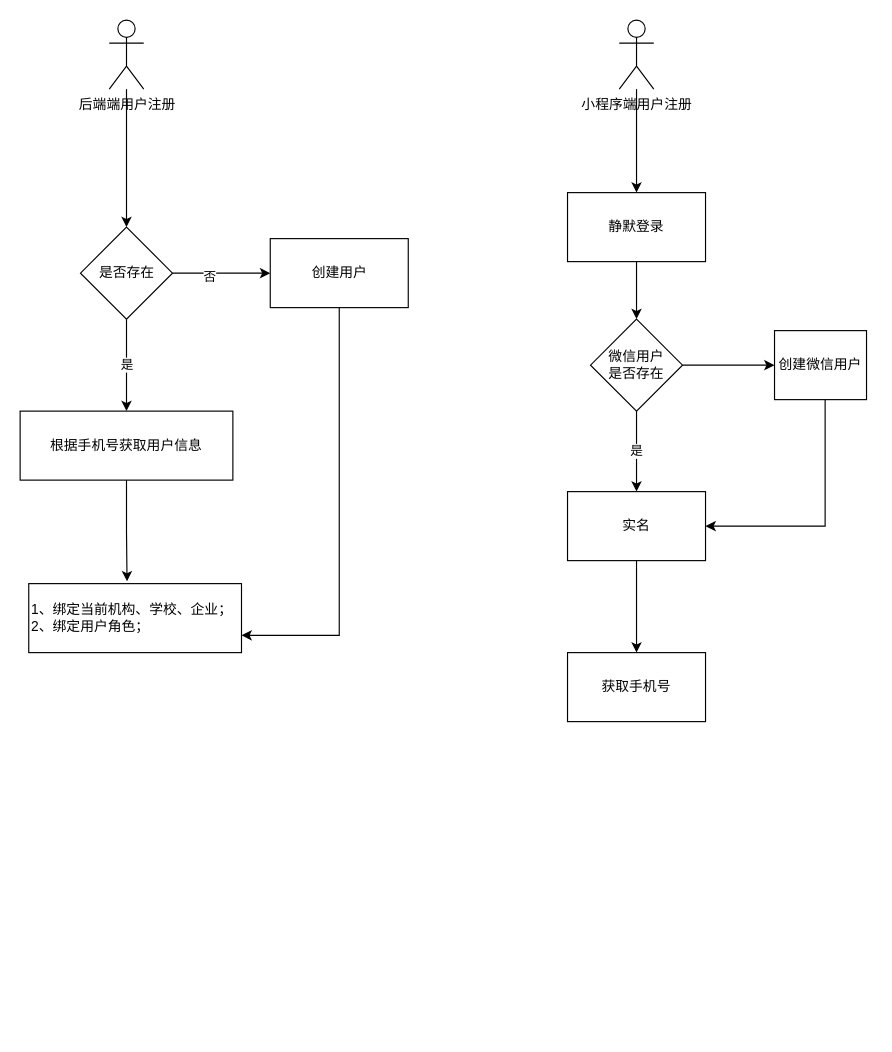
Earlier version of the draw.io diagram page "第 1 页" (1 of 2) of v-login.drawio (z-cloud-z/draw). Source tidied: cells renumbered, new cells numbered last; positions are measured from the earlier drawing's top-left corner, leaving out a move shared by most shapes. Both pictures are drawn from the tidied source at 115%, with x=0, y=0 at pixel (20, 20).
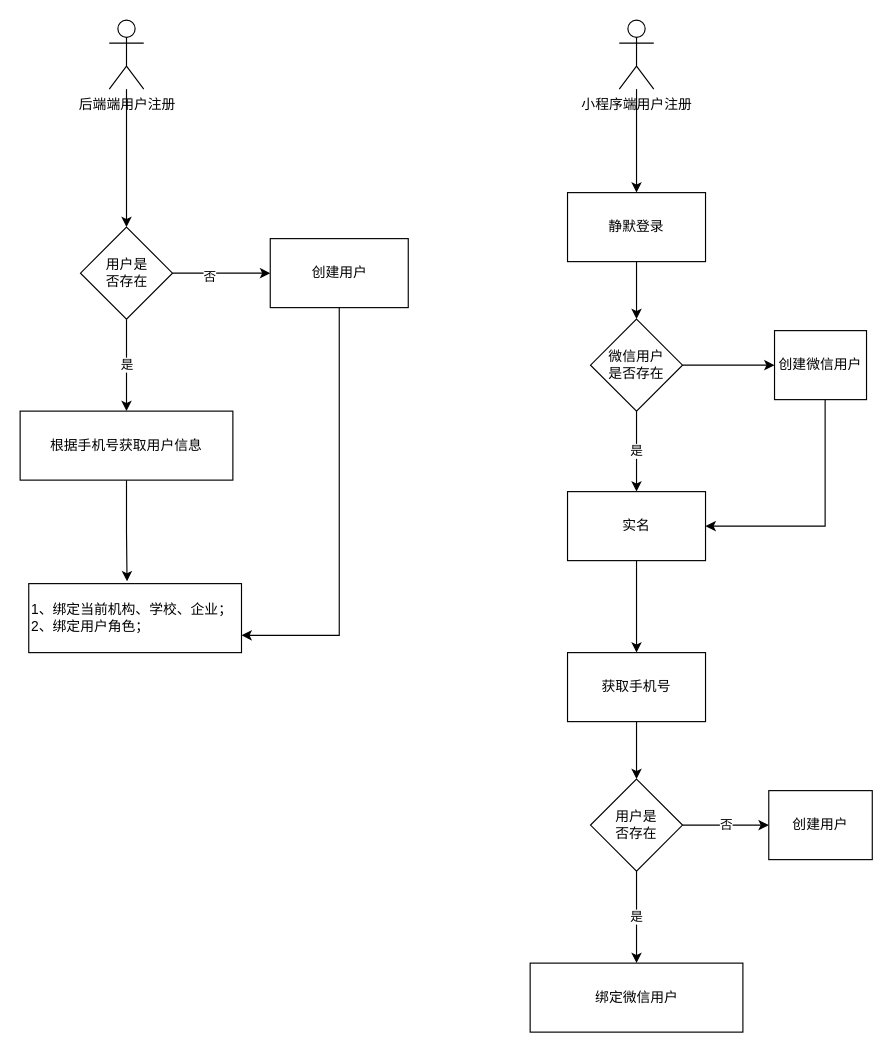
The same diagram, later.

The change refers to these unchanged cells:
```xml
<mxCell id="24" value="获取手机号" style="whiteSpace=wrap;html=1;rounded=0;" parent="1" vertex="1">
  <mxGeometry x="476" y="550" width="120" height="60" as="geometry" />
</mxCell>
```

Change to the diagram source:
```diff
@@
-    <mxCell id="7" value="是否存在" style="rhombus;whiteSpace=wrap;html=1;" parent="1" vertex="1">
+    <mxCell id="7" value="用户是&lt;br&gt;否存在" style="rhombus;whiteSpace=wrap;html=1;" parent="1" vertex="1">
       <mxGeometry x="52.5" y="180" width="80" height="80" as="geometry" />
     </mxCell>
@@
+    <mxCell id="25" style="edgeStyle=orthogonalEdgeStyle;rounded=0;jettySize=auto;html=1;" parent="1" edge="1" source="24" target="28">
+      <mxGeometry relative="1" as="geometry" />
+    </mxCell>
@@
+    <mxCell id="26" value="否" style="edgeStyle=orthogonalEdgeStyle;rounded=0;jettySize=auto;html=1;" parent="1" edge="1" source="28" target="29">
+      <mxGeometry relative="1" as="geometry" />
+    </mxCell>
+    <mxCell id="27" value="是" style="edgeStyle=orthogonalEdgeStyle;rounded=0;jettySize=auto;html=1;" parent="1" edge="1" source="28" target="30">
+      <mxGeometry relative="1" as="geometry" />
+    </mxCell>
+    <mxCell id="28" value="用户是&lt;br&gt;否存在" style="rhombus;whiteSpace=wrap;html=1;" parent="1" vertex="1">
+      <mxGeometry x="496" y="660" width="80" height="80" as="geometry" />
+    </mxCell>
+    <mxCell id="29" value="创建用户" style="rounded=0;whiteSpace=wrap;html=1;" parent="1" vertex="1">
+      <mxGeometry x="651" y="670" width="90" height="60" as="geometry" />
+    </mxCell>
+    <mxCell id="30" value="绑定微信用户" style="rounded=0;whiteSpace=wrap;html=1;align=center;" parent="1" vertex="1">
+      <mxGeometry x="443.5" y="820" width="185" height="60" as="geometry" />
+    </mxCell>
```
